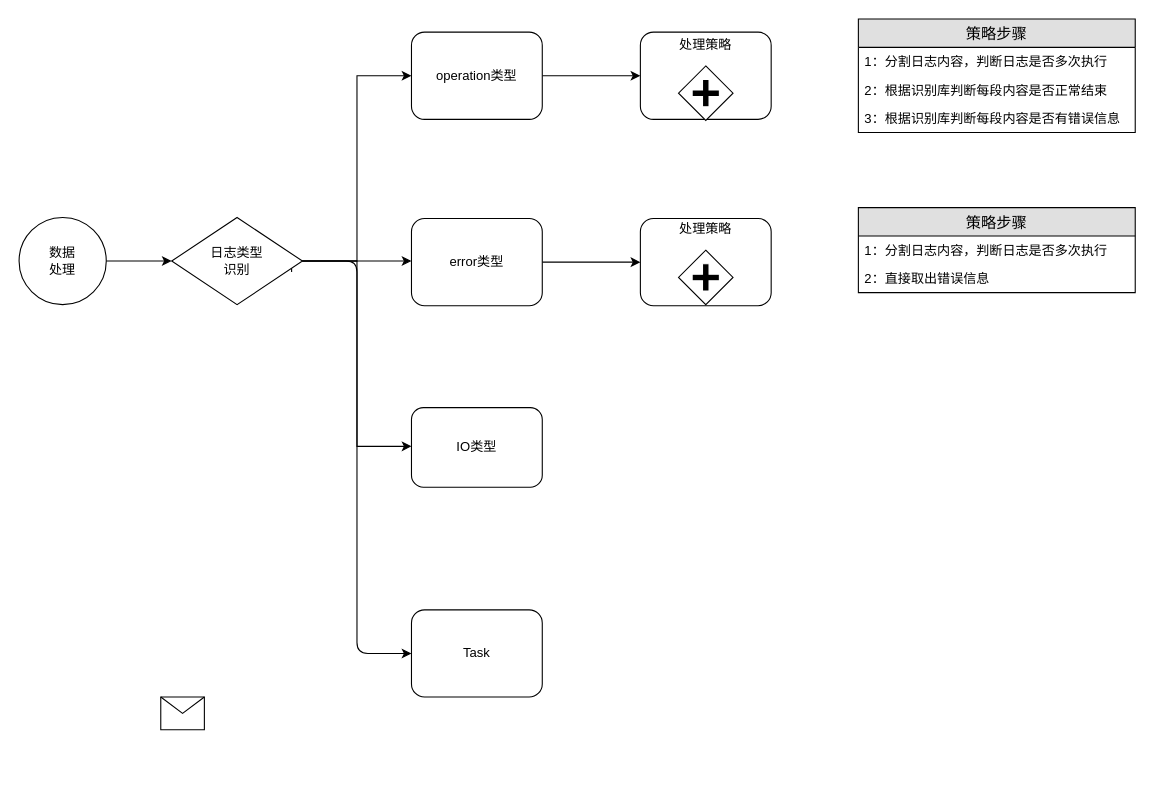
Above: 数据分析流程.drawio in xu4877/robert (draw.io), before the change. Source tidied: cells renumbered, new cells numbered last; positions are measured from the earlier drawing's top-left corner, leaving out a move shared by most shapes. Both pictures are drawn from the tidied source at 109%, with x=0, y=0 at pixel (19, 19).
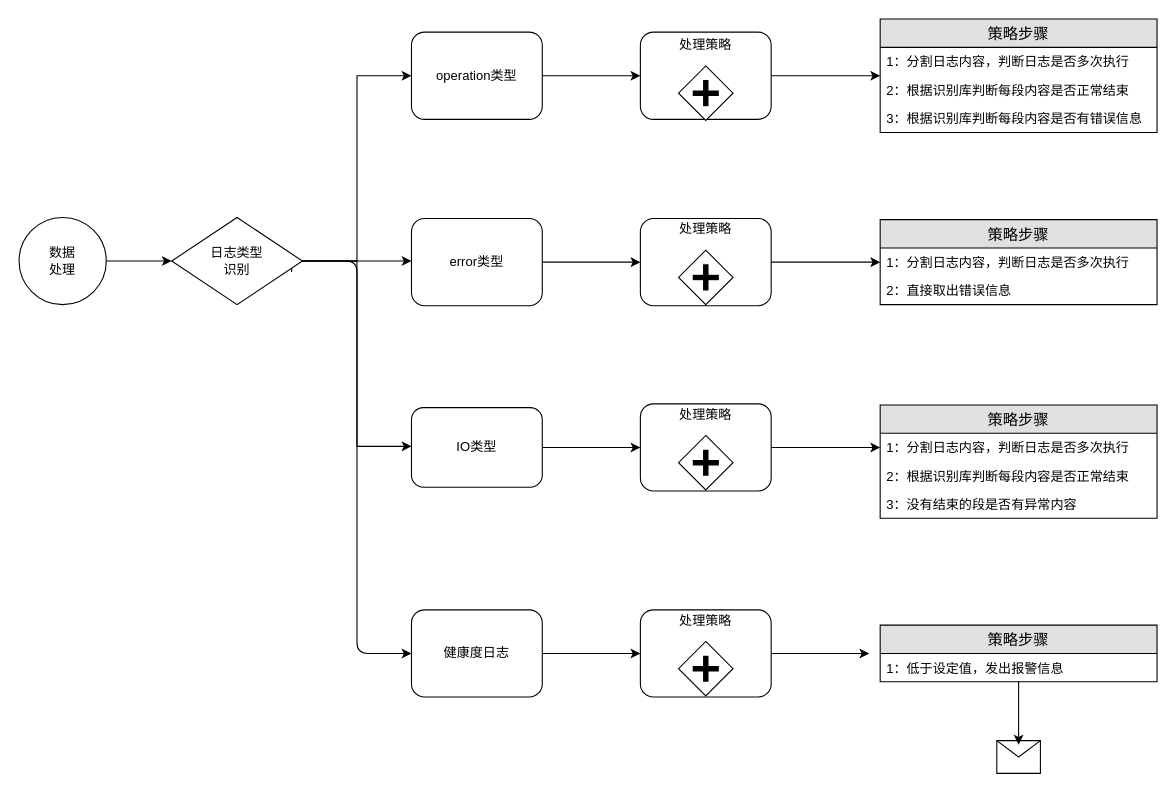
The same diagram, later.

Commit message (it also covers changes not shown here):
Update 数据分析流程.drawio

Unchanged cells that the change refers to:
```xml
<mxCell id="2" style="html=1;whiteSpace=wrap;rounded=1;align=center;" parent="1" vertex="1">
  <mxGeometry x="570" y="183" width="120" height="80" as="geometry" />
</mxCell>
<mxCell id="11" value="IO类型" style="shape=ext;rounded=1;html=1;whiteSpace=wrap;" parent="1" vertex="1">
  <mxGeometry x="360" y="356.5" width="120" height="73" as="geometry" />
</mxCell>
<mxCell id="18" style="html=1;whiteSpace=wrap;rounded=1;align=center;" parent="1" vertex="1">
  <mxGeometry x="570" y="12" width="120" height="80" as="geometry" />
</mxCell>
<mxCell id="27" value="1：分割日志内容，判断日志是否多次执行" style="text;strokeColor=none;fillColor=none;spacingLeft=4;spacingRight=4;overflow=hidden;points=[[0,0.5],[1,0.5]];portConstraint=eastwest;fontSize=12;" parent="26" vertex="1">
  <mxGeometry y="26" width="254" height="26" as="geometry" />
</mxCell>
```

What changed in the source:
```diff
@@
+    <mxCell id="29" style="edgeStyle=orthogonalEdgeStyle;rounded=0;jettySize=auto;html=1;entryX=0;entryY=0.5;entryDx=0;entryDy=0;" parent="1" edge="1" source="2" target="27">
+      <mxGeometry relative="1" as="geometry" />
+    </mxCell>
@@
+    <mxCell id="30" style="edgeStyle=orthogonalEdgeStyle;rounded=0;jettySize=auto;html=1;entryX=0;entryY=0.5;entryDx=0;entryDy=0;" parent="1" edge="1" source="5" target="42">
+      <mxGeometry relative="1" as="geometry" />
+    </mxCell>
-    <mxCell id="5" value="Task" style="shape=ext;rounded=1;html=1;whiteSpace=wrap;" parent="1" vertex="1">
+    <mxCell id="5" value="健康度日志" style="shape=ext;rounded=1;html=1;whiteSpace=wrap;" parent="1" vertex="1">
       <mxGeometry x="360" y="542" width="120" height="80" as="geometry" />
     </mxCell>
@@
     <mxCell id="7" style="shape=message;whiteSpace=wrap;html=1;" parent="1" vertex="1">
-      <mxGeometry x="130" y="622" width="40" height="30" as="geometry" />
+      <mxGeometry x="897" y="662" width="40" height="30" as="geometry" />
     </mxCell>
@@
+    <mxCell id="31" style="edgeStyle=orthogonalEdgeStyle;rounded=0;jettySize=auto;html=1;entryX=0;entryY=0.5;entryDx=0;entryDy=0;" parent="1" edge="1" source="11" target="34">
+      <mxGeometry relative="1" as="geometry" />
+    </mxCell>
@@
+    <mxCell id="32" style="edgeStyle=orthogonalEdgeStyle;rounded=0;jettySize=auto;html=1;entryX=0;entryY=0.5;entryDx=0;entryDy=0;" parent="1" edge="1" source="18" target="22">
+      <mxGeometry relative="1" as="geometry" />
+    </mxCell>
@@
     <mxCell id="22" value="策略步骤" style="swimlane;fontStyle=0;horizontal=1;startSize=26;fillColor=#e0e0e0;swimlaneFillColor=#ffffff;align=center;fontSize=14;" parent="1" vertex="1">
-      <mxGeometry x="770" width="254" height="104" as="geometry" />
+      <mxGeometry x="790" width="254" height="104" as="geometry" />
     </mxCell>
@@
     <mxCell id="26" value="策略步骤" style="swimlane;fontStyle=0;horizontal=1;startSize=26;fillColor=#e0e0e0;swimlaneFillColor=#ffffff;align=center;fontSize=14;" parent="1" vertex="1">
-      <mxGeometry x="770" y="173" width="254" height="78" as="geometry" />
+      <mxGeometry x="790" y="184" width="254" height="78" as="geometry" />
     </mxCell>
@@
+    <mxCell id="33" style="edgeStyle=orthogonalEdgeStyle;rounded=0;jettySize=auto;html=1;entryX=0;entryY=0.5;entryDx=0;entryDy=0;" parent="1" edge="1" source="34" target="38">
+      <mxGeometry relative="1" as="geometry" />
+    </mxCell>
+    <mxCell id="34" style="html=1;whiteSpace=wrap;rounded=1;align=center;" parent="1" vertex="1">
+      <mxGeometry x="570" y="353" width="120" height="80" as="geometry" />
+    </mxCell>
+    <mxCell id="35" style="shape=mxgraph.bpmn.shape;html=1;verticalLabelPosition=bottom;labelBackgroundColor=#ffffff;verticalAlign=top;perimeter=rhombusPerimeter;background=gateway;outline=none;symbol=parallelGw;" parent="1" vertex="1">
+      <mxGeometry x="605" y="382" width="50" height="50" as="geometry" />
+    </mxCell>
+    <mxCell id="36" value="处理策略" style="text;html=1;strokeColor=none;fillColor=none;align=center;verticalAlign=middle;whiteSpace=wrap;rounded=0;" parent="1" vertex="1">
+      <mxGeometry x="605" y="353" width="50" height="20" as="geometry" />
+    </mxCell>
+    <mxCell id="37" value="策略步骤" style="swimlane;fontStyle=0;horizontal=1;startSize=26;fillColor=#e0e0e0;swimlaneFillColor=#ffffff;align=center;fontSize=14;" parent="1" vertex="1">
+      <mxGeometry x="790" y="354" width="254" height="104" as="geometry" />
+    </mxCell>
+    <mxCell id="38" value="1：分割日志内容，判断日志是否多次执行" style="text;strokeColor=none;fillColor=none;spacingLeft=4;spacingRight=4;overflow=hidden;points=[[0,0.5],[1,0.5]];portConstraint=eastwest;fontSize=12;" parent="37" vertex="1">
+      <mxGeometry y="26" width="254" height="26" as="geometry" />
+    </mxCell>
+    <mxCell id="39" value="2：根据识别库判断每段内容是否正常结束" style="text;strokeColor=none;fillColor=none;spacingLeft=4;spacingRight=4;overflow=hidden;fontSize=12;" parent="37" vertex="1">
+      <mxGeometry y="52" width="254" height="26" as="geometry" />
+    </mxCell>
+    <mxCell id="40" value="3：没有结束的段是否有异常内容" style="text;strokeColor=none;fillColor=none;spacingLeft=4;spacingRight=4;overflow=hidden;fontSize=12;" parent="37" vertex="1">
+      <mxGeometry y="78" width="254" height="26" as="geometry" />
+    </mxCell>
+    <mxCell id="41" style="edgeStyle=orthogonalEdgeStyle;rounded=0;jettySize=auto;html=1;" parent="1" edge="1" source="42">
+      <mxGeometry relative="1" as="geometry">
+        <mxPoint x="780" y="582" as="targetPoint" />
+      </mxGeometry>
+    </mxCell>
+    <mxCell id="42" style="html=1;whiteSpace=wrap;rounded=1;align=center;" parent="1" vertex="1">
+      <mxGeometry x="570" y="542" width="120" height="80" as="geometry" />
+    </mxCell>
+    <mxCell id="43" style="shape=mxgraph.bpmn.shape;html=1;verticalLabelPosition=bottom;labelBackgroundColor=#ffffff;verticalAlign=top;perimeter=rhombusPerimeter;background=gateway;outline=none;symbol=parallelGw;" parent="1" vertex="1">
+      <mxGeometry x="605" y="571" width="50" height="50" as="geometry" />
+    </mxCell>
+    <mxCell id="44" value="处理策略" style="text;html=1;strokeColor=none;fillColor=none;align=center;verticalAlign=middle;whiteSpace=wrap;rounded=0;" parent="1" vertex="1">
+      <mxGeometry x="605" y="542" width="50" height="20" as="geometry" />
+    </mxCell>
+    <mxCell id="45" value="策略步骤" style="swimlane;fontStyle=0;horizontal=1;startSize=26;fillColor=#e0e0e0;swimlaneFillColor=#ffffff;align=center;fontSize=14;" parent="1" vertex="1">
+      <mxGeometry x="790" y="556" width="254" height="52" as="geometry" />
+    </mxCell>
+    <mxCell id="46" value="1：低于设定值，发出报警信息" style="text;strokeColor=none;fillColor=none;spacingLeft=4;spacingRight=4;overflow=hidden;fontSize=12;" parent="45" vertex="1">
+      <mxGeometry y="26" width="254" height="26" as="geometry" />
+    </mxCell>
+    <mxCell id="47" style="endArrow=classic;html=1;" parent="1" edge="1" source="45">
+      <mxGeometry relative="1" as="geometry">
+        <mxPoint x="917" y="665.7" as="targetPoint" />
+      </mxGeometry>
+    </mxCell>
```
